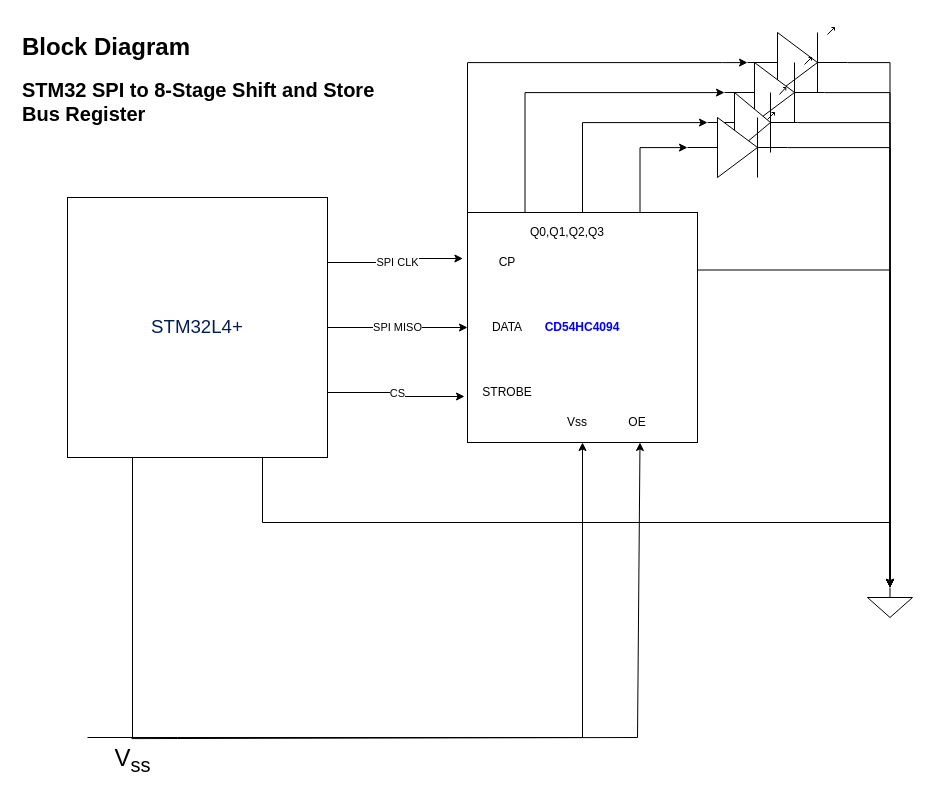
Before: docs/mbed-os-spi-leds.drawio in dsavvari/DISCO-L4S5I-IOT01A, a draw.io diagram. Source tidied: cells renumbered, new cells numbered last; positions are measured from the earlier drawing's top-left corner, leaving out a move shared by most shapes. Both pictures are drawn from the tidied source at 100%, with x=0, y=0 at pixel (17, 27).
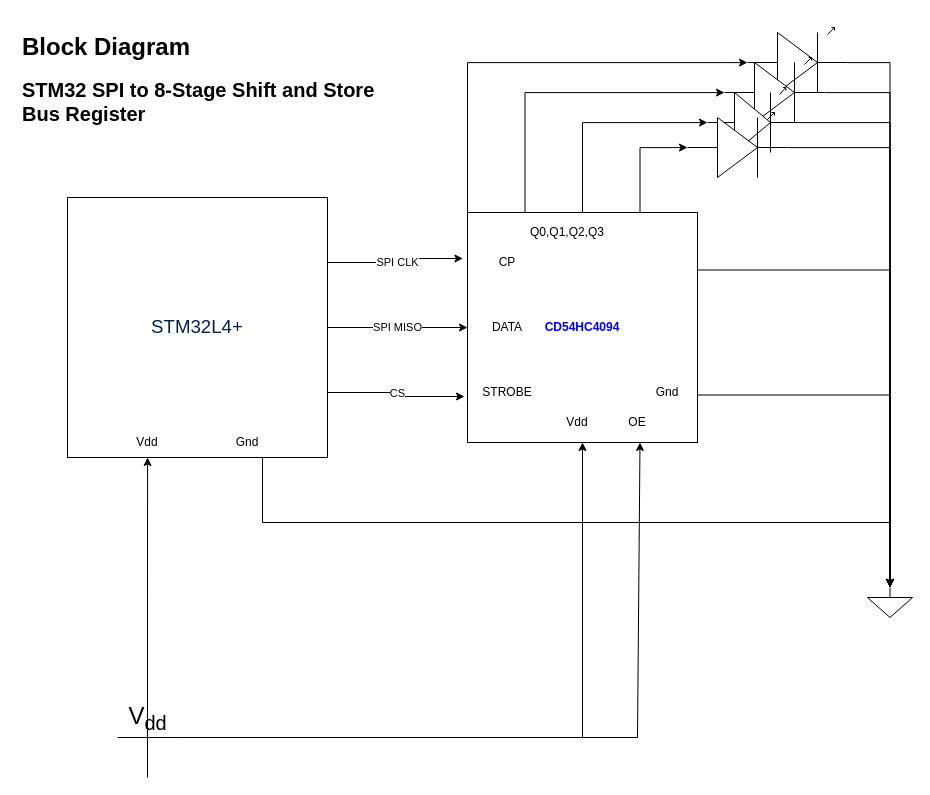
Above is the later version.

Commit message:
Block diagramm corrections

The change refers to these unchanged cells:
```xml
<mxCell id="6" value="&lt;div style=&quot;text-align: start;&quot; title=&quot;Page 1&quot; class=&quot;page&quot;&gt;&lt;div style=&quot;background-color: rgb(255, 255, 255);&quot; class=&quot;section&quot;&gt;&lt;div class=&quot;layoutArea&quot;&gt;&lt;div class=&quot;column&quot;&gt;&lt;p&gt;&lt;span style=&quot;font-size: 14pt; font-family: ArialMT; color: rgb(0, 32, 82);&quot;&gt;STM32L4+&lt;/span&gt;&lt;/p&gt;&lt;/div&gt;&lt;/div&gt;&lt;/div&gt;&lt;/div&gt;" style="whiteSpace=wrap;html=1;" parent="1" vertex="1">
  <mxGeometry x="50" y="170" width="260" height="260" as="geometry" />
</mxCell>
<mxCell id="12" value="&lt;span style=&quot;color: rgb(0, 0, 255); font-family: Arial; font-weight: 700; text-align: start;&quot;&gt;CD54HC4094&lt;/span&gt;" style="whiteSpace=wrap;html=1;" parent="1" vertex="1">
  <mxGeometry x="450" y="185" width="230" height="230" as="geometry" />
</mxCell>
<mxCell id="24" style="verticalLabelPosition=bottom;shadow=0;dashed=0;align=center;html=1;verticalAlign=top;shape=mxgraph.electrical.signal_sources.signal_ground;" parent="1" vertex="1">
  <mxGeometry x="850" y="560" width="45" height="30" as="geometry" />
</mxCell>
```

The edit, as a diff of the source:
```diff
@@
-    <mxCell id="27" style="edgeStyle=orthogonalEdgeStyle;rounded=0;jettySize=auto;html=1;" parent="1" edge="1" source="28" target="12">
+    <mxCell id="27" style="edgeStyle=orthogonalEdgeStyle;rounded=0;jettySize=auto;html=1;" parent="1" edge="1" target="12">
       <mxGeometry relative="1" as="geometry">
+        <mxPoint x="160" y="710" as="sourcePoint" />
         <Array as="points">
           <mxPoint x="565" y="710" />
         </Array>
       </mxGeometry>
     </mxCell>
-    <mxCell id="28" value="V&lt;sub&gt;ss&lt;/sub&gt;" style="verticalLabelPosition=bottom;shadow=0;dashed=0;align=center;html=1;verticalAlign=top;shape=mxgraph.electrical.signal_sources.vss2;fontSize=24;flipV=1;" parent="1" vertex="1">
-      <mxGeometry x="70" y="430" width="90" height="280" as="geometry" />
-    </mxCell>
-    <mxCell id="29" value="Vss" style="text;html=1;strokeColor=none;fillColor=none;align=center;verticalAlign=middle;whiteSpace=wrap;rounded=0;" parent="1" vertex="1">
+    <mxCell id="29" value="Vdd" style="text;html=1;strokeColor=none;fillColor=none;align=center;verticalAlign=middle;whiteSpace=wrap;rounded=0;" parent="1" vertex="1">
       <mxGeometry x="530" y="390" width="60" height="10" as="geometry" />
     </mxCell>
@@
-    <mxCell id="31" style="endArrow=classic;html=1;rounded=0;entryX=0.75;entryY=1;entryDx=0;entryDy=0;exitX=0.489;exitY=-0.004;exitDx=0;exitDy=0;exitPerimeter=0;" parent="1" edge="1" source="28" target="12">
+    <mxCell id="31" style="endArrow=classic;html=1;rounded=0;entryX=0.75;entryY=1;entryDx=0;entryDy=0;exitX=1;exitY=1;exitDx=0;exitDy=0;exitPerimeter=0;" parent="1" edge="1" source="33" target="12">
       <mxGeometry relative="1" as="geometry">
         <Array as="points">
           <mxPoint x="620" y="710" />
         </Array>
       </mxGeometry>
     </mxCell>
+    <mxCell id="32" style="edgeStyle=orthogonalEdgeStyle;rounded=0;jettySize=auto;html=1;entryX=0.308;entryY=1;entryDx=0;entryDy=0;entryPerimeter=0;" parent="1" edge="1" source="33" target="6">
+      <mxGeometry relative="1" as="geometry" />
+    </mxCell>
+    <mxCell id="33" value="V&lt;sub&gt;dd&lt;/sub&gt;" style="verticalLabelPosition=top;verticalAlign=bottom;shape=mxgraph.electrical.signal_sources.vdd;shadow=0;dashed=0;align=center;strokeWidth=1;fontSize=24;html=1;flipV=1;" parent="1" vertex="1">
+      <mxGeometry x="100" y="710" width="60" height="40" as="geometry" />
+    </mxCell>
+    <mxCell id="34" value="Vdd" style="text;html=1;strokeColor=none;fillColor=none;align=center;verticalAlign=middle;whiteSpace=wrap;rounded=0;" parent="1" vertex="1">
+      <mxGeometry x="100" y="410" width="60" height="10" as="geometry" />
+    </mxCell>
+    <mxCell id="35" value="Gnd" style="text;html=1;strokeColor=none;fillColor=none;align=center;verticalAlign=middle;whiteSpace=wrap;rounded=0;" parent="1" vertex="1">
+      <mxGeometry x="200" y="410" width="60" height="10" as="geometry" />
+    </mxCell>
+    <mxCell id="36" style="edgeStyle=orthogonalEdgeStyle;rounded=0;jettySize=auto;html=1;exitX=1;exitY=0.75;exitDx=0;exitDy=0;entryX=0.5;entryY=0;entryDx=0;entryDy=0;entryPerimeter=0;" parent="1" edge="1" source="37" target="24">
+      <mxGeometry relative="1" as="geometry" />
+    </mxCell>
+    <mxCell id="37" value="Gnd" style="text;html=1;strokeColor=none;fillColor=none;align=center;verticalAlign=middle;whiteSpace=wrap;rounded=0;" parent="1" vertex="1">
+      <mxGeometry x="620" y="360" width="60" height="10" as="geometry" />
+    </mxCell>
```
